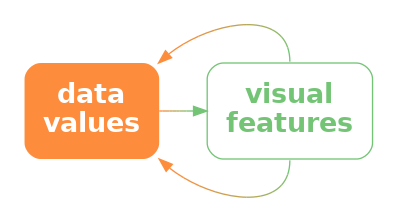
The Graphviz diagram Diagrams/congruent-decode.png in pmur002/hdvw, before a commit. Its source is kept beside it as Diagrams/congruent-decode.dot.
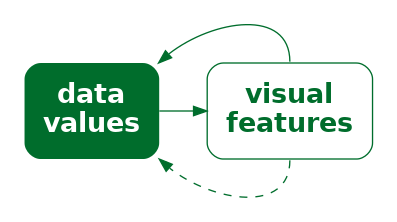
After the commit.

What changed in the source:
```diff
@@ -1,10 +1,10 @@
 digraph {
   graph [ rankdir=LR; margin=.2; nodesep=.5 ];
   node [ fontsize=20; fontname="sans bold"; margin=.2 ];
-  data [ label="data\nvalues"; shape=box; style="filled, rounded"; penwidth=0; fontcolor=white; fillcolor="#FD8D3C" ]
+  data [ label="data\nvalues"; shape=box; style="filled, rounded"; penwidth=0; fontcolor=white; fillcolor="#006D2C" ]
   vis [ label="visual\nfeatures"; shape=box;
-     style="rounded"; color="#74C476"; fontcolor="#74C476" ]
-  data -> vis [ style="bold"; penwidth=1; color="#FD8D3C;0.1:#EE9342;0.1:#DF9949;0.1:#CF9F4F;0.1:#C0A556;0.1:#B1AC5C;0.1:#A2B263;0.1:#92B869;0.1:#83BE70;0.1:#74C476;0.1" ]
-  vis:s -> data:se [ style="solid", color="#74C476;0.1:#83BE70;0.1:#92B869;0.1:#A2B263;0.1:#B1AC5C;0.1:#C0A556;0.1:#CF9F4F;0.1:#DF9949;0.1:#EE9342;0.1:#FD8D3C;0.1" ]
-  vis:n -> data:ne [ style="solid", color="#74C476;0.1:#83BE70;0.1:#92B869;0.1:#A2B263;0.1:#B1AC5C;0.1:#C0A556;0.1:#CF9F4F;0.1:#DF9949;0.1:#EE9342;0.1:#FD8D3C;0.1" ]
+     style="rounded"; color="#006D2C"; fontcolor="#006D2C" ]
+  data -> vis [ style="bold"; penwidth=1; color="#006D2C" ]
+  vis:s -> data:se [ style="dashed", color="#006D2C" ]
+  vis:n -> data:ne [ style="solid", color="#006D2C" ]
 }
```
